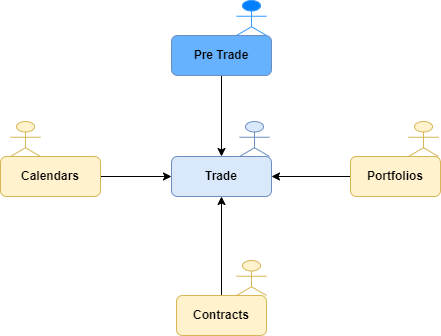
Earlier version of the draw.io export img/Architecture.drawio.png (tlevacon/academy). Source tidied: cells renumbered, new cells last; positions are measured from the earlier drawing's top-left corner, leaving out a move shared by most shapes.
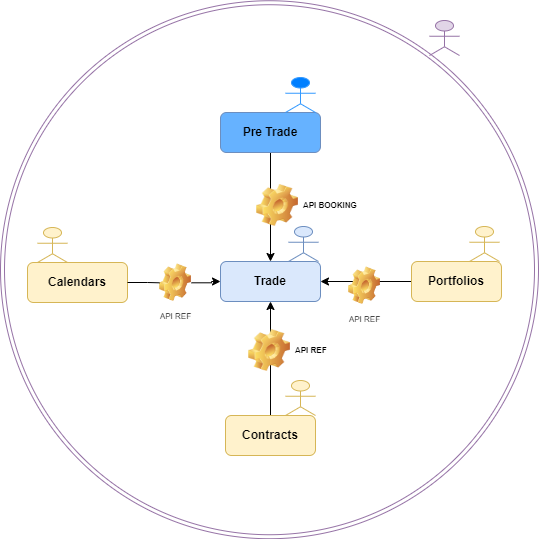
The same file after the commit.

Diff of the diagram source:
```diff
@@ -2,47 +2,68 @@
   <root>
     <mxCell id="0" />
     <mxCell id="1" parent="0" />
+    <mxCell id="16" style="ellipse;shape=doubleEllipse;whiteSpace=wrap;html=1;fontSize=8;strokeColor=#9673a6;fillColor=none;" parent="1" vertex="1">
+      <mxGeometry x="-49" y="-104.8" width="538" height="538" as="geometry" />
+    </mxCell>
     <mxCell id="2" style="edgeStyle=orthogonalEdgeStyle;rounded=0;jettySize=auto;html=1;" parent="1" edge="1" source="3" target="4">
       <mxGeometry relative="1" as="geometry" />
     </mxCell>
     <mxCell id="3" value="&lt;b&gt;Pre Trade&lt;/b&gt;" style="rounded=1;whiteSpace=wrap;html=1;fillColor=#66B2FF;strokeColor=#6c8ebf;" parent="1" vertex="1">
-      <mxGeometry x="171" y="35" width="100" height="40" as="geometry" />
+      <mxGeometry x="171" y="7" width="100" height="40" as="geometry" />
     </mxCell>
     <mxCell id="4" value="&lt;b&gt;Trade&lt;/b&gt;" style="rounded=1;whiteSpace=wrap;html=1;fillColor=#dae8fc;strokeColor=#6c8ebf;" parent="1" vertex="1">
       <mxGeometry x="171" y="156" width="100" height="40" as="geometry" />
     </mxCell>
-    <mxCell id="5" style="edgeStyle=orthogonalEdgeStyle;rounded=0;jettySize=auto;html=1;" parent="1" edge="1" source="6" target="4">
+    <mxCell id="5" style="edgeStyle=orthogonalEdgeStyle;rounded=0;jettySize=auto;html=1;startArrow=none;" parent="1" edge="1" source="18" target="4">
       <mxGeometry relative="1" as="geometry" />
     </mxCell>
     <mxCell id="6" value="&lt;b&gt;Calendars&lt;/b&gt;" style="rounded=1;whiteSpace=wrap;html=1;fillColor=#fff2cc;strokeColor=#d6b656;" parent="1" vertex="1">
-      <mxGeometry y="156" width="100" height="40" as="geometry" />
+      <mxGeometry x="-22" y="157" width="100" height="40" as="geometry" />
     </mxCell>
     <mxCell id="7" style="edgeStyle=orthogonalEdgeStyle;rounded=0;jettySize=auto;html=1;" parent="1" edge="1" source="8" target="4">
       <mxGeometry relative="1" as="geometry" />
     </mxCell>
     <mxCell id="8" value="&lt;b&gt;Contracts&lt;/b&gt;" style="rounded=1;whiteSpace=wrap;html=1;fillColor=#fff2cc;strokeColor=#d6b656;" parent="1" vertex="1">
-      <mxGeometry x="176" y="295" width="90" height="40" as="geometry" />
+      <mxGeometry x="176" y="310" width="90" height="40" as="geometry" />
     </mxCell>
     <mxCell id="9" style="edgeStyle=orthogonalEdgeStyle;rounded=0;jettySize=auto;html=1;" parent="1" edge="1" source="10" target="4">
       <mxGeometry relative="1" as="geometry" />
     </mxCell>
     <mxCell id="10" value="&lt;b&gt;Portfolios&lt;/b&gt;" style="rounded=1;whiteSpace=wrap;html=1;fillColor=#fff2cc;strokeColor=#d6b656;" parent="1" vertex="1">
-      <mxGeometry x="350" y="156" width="90" height="40" as="geometry" />
+      <mxGeometry x="362" y="156" width="90" height="40" as="geometry" />
     </mxCell>
     <mxCell id="11" style="html=1;whiteSpace=wrap;fillColor=#007FFF;verticalLabelPosition=bottom;verticalAlign=top;align=center;shape=mxgraph.archimate3.actor;strokeColor=#3399FF;" parent="1" vertex="1">
-      <mxGeometry x="236" width="30" height="35" as="geometry" />
+      <mxGeometry x="236" y="-28" width="30" height="35" as="geometry" />
     </mxCell>
     <mxCell id="12" style="html=1;whiteSpace=wrap;fillColor=#dae8fc;verticalLabelPosition=bottom;verticalAlign=top;align=center;shape=mxgraph.archimate3.actor;strokeColor=#6c8ebf;" parent="1" vertex="1">
       <mxGeometry x="239" y="121" width="30" height="35" as="geometry" />
     </mxCell>
     <mxCell id="13" style="html=1;whiteSpace=wrap;fillColor=#fff2cc;verticalLabelPosition=bottom;verticalAlign=top;align=center;shape=mxgraph.archimate3.actor;strokeColor=#d6b656;" parent="1" vertex="1">
-      <mxGeometry x="408" y="121" width="30" height="35" as="geometry" />
+      <mxGeometry x="420" y="121" width="30" height="35" as="geometry" />
     </mxCell>
     <mxCell id="14" style="html=1;whiteSpace=wrap;fillColor=#fff2cc;verticalLabelPosition=bottom;verticalAlign=top;align=center;shape=mxgraph.archimate3.actor;strokeColor=#d6b656;" parent="1" vertex="1">
-      <mxGeometry x="10" y="121" width="30" height="35" as="geometry" />
+      <mxGeometry x="-12" y="122" width="30" height="35" as="geometry" />
     </mxCell>
     <mxCell id="15" style="html=1;whiteSpace=wrap;fillColor=#fff2cc;verticalLabelPosition=bottom;verticalAlign=top;align=center;shape=mxgraph.archimate3.actor;strokeColor=#d6b656;" parent="1" vertex="1">
-      <mxGeometry x="236" y="260" width="30" height="35" as="geometry" />
+      <mxGeometry x="236" y="275" width="30" height="35" as="geometry" />
     </mxCell>
+    <mxCell id="17" value="&lt;font style=&quot;font-size: 8px;&quot;&gt;API REF&lt;/font&gt;" style="shape=image;html=1;verticalLabelPosition=bottom;verticalAlign=top;imageAspect=1;image=img/clipart/Gear_128x128.png;strokeColor=#3399FF;fillColor=none;" parent="1" vertex="1">
+      <mxGeometry x="299" y="161.5" width="32" height="37.5" as="geometry" />
+    </mxCell>
+    <mxCell id="18" value="&lt;font style=&quot;font-size: 8px;&quot;&gt;API REF&lt;/font&gt;" style="shape=image;html=1;verticalLabelPosition=bottom;verticalAlign=top;imageAspect=1;image=img/clipart/Gear_128x128.png;strokeColor=#3399FF;fillColor=none;" parent="1" vertex="1">
+      <mxGeometry x="110" y="158.5" width="32" height="37.5" as="geometry" />
+    </mxCell>
+    <mxCell id="19" style="edgeStyle=orthogonalEdgeStyle;rounded=0;jettySize=auto;html=1;endArrow=none;" parent="1" edge="1" source="6" target="18">
+      <mxGeometry relative="1" as="geometry" />
+    </mxCell>
+    <mxCell id="20" value="API REF" style="label;whiteSpace=wrap;html=1;image=img/clipart/Gear_128x128.png;fontSize=8;strokeColor=none;fillColor=none;" parent="1" vertex="1">
+      <mxGeometry x="192" y="230" width="144" height="30" as="geometry" />
+    </mxCell>
+    <mxCell id="21" value="API BOOKING" style="label;whiteSpace=wrap;html=1;image=img/clipart/Gear_128x128.png;fontSize=8;strokeColor=none;fillColor=none;" parent="1" vertex="1">
+      <mxGeometry x="200" y="85" width="144" height="30" as="geometry" />
+    </mxCell>
+    <mxCell id="22" style="html=1;whiteSpace=wrap;fillColor=#e1d5e7;verticalLabelPosition=bottom;verticalAlign=top;align=center;shape=mxgraph.archimate3.actor;strokeColor=#9673a6;" parent="1" vertex="1">
+      <mxGeometry x="380" y="-85" width="30" height="35" as="geometry" />
+    </mxCell>
   </root>
 </mxGraphModel>
```
